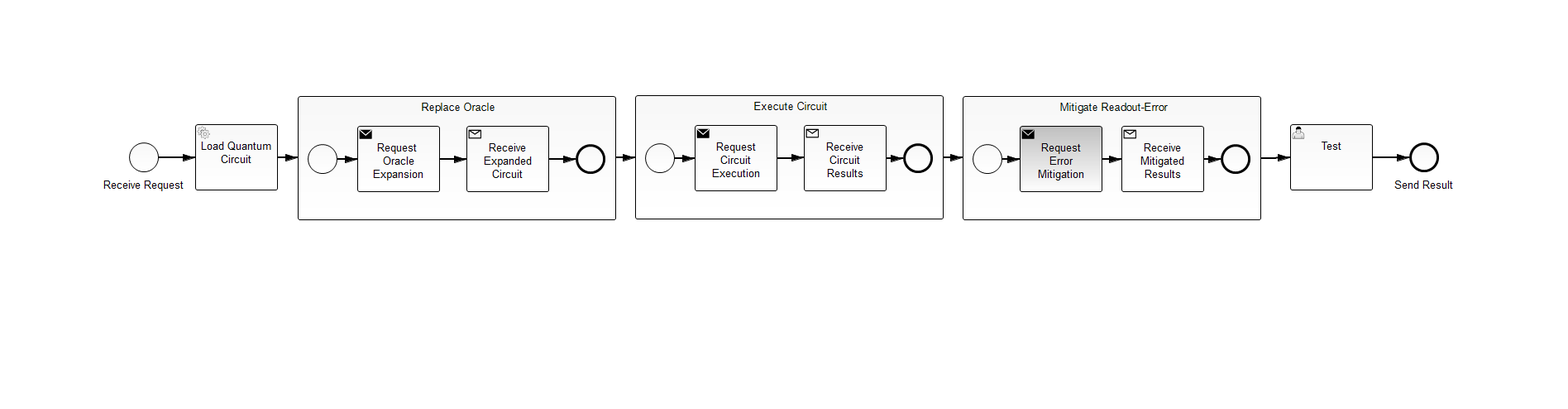
Earlier version of the BPMN export process-model/src/main/resources/simons-algorithm.png (UST-QuAntiL/QuantME-UseCases). Its source is kept beside it as process-model/src/main/resources/simons-algorithm.bpmn. Ids are renumbered.
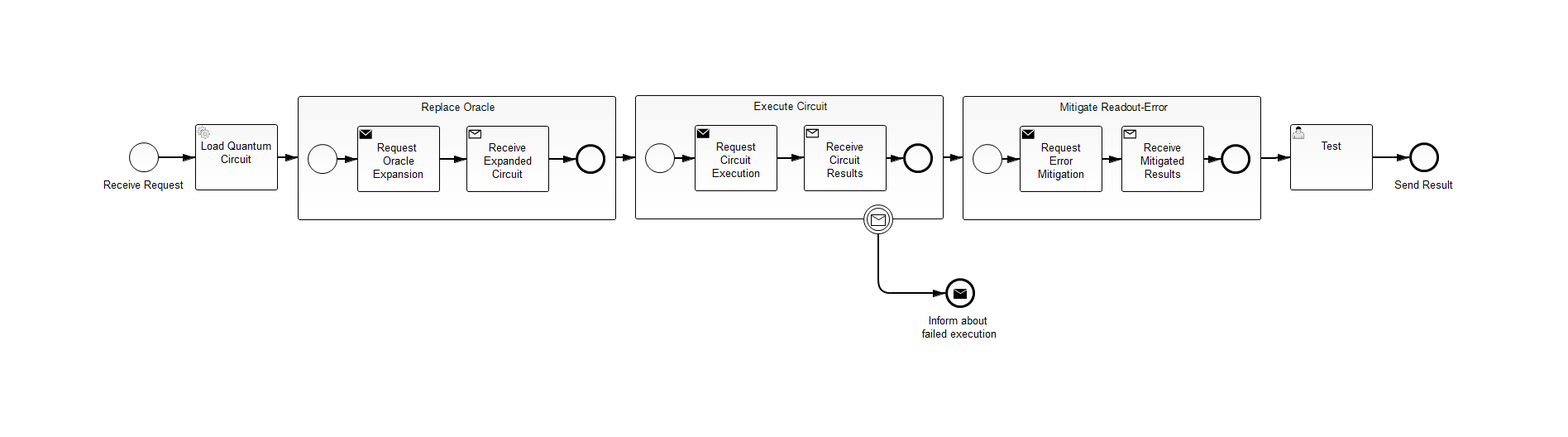
Above is the later version.

Commit message:
Add error handling to circuit execution

What changed in the source:
```diff
@@ -135,10 +135,20 @@
       <bpmn2:outgoing>SequenceFlow_1</bpmn2:outgoing>
     </bpmn2:startEvent>
     <bpmn2:sequenceFlow id="SequenceFlow_1" name="" sourceRef="StartEvent_1" targetRef="ServiceTask_1"/>
+    <bpmn2:boundaryEvent id="BoundaryEvent_1" name="" attachedToRef="SubProcess_2">
+      <bpmn2:outgoing>SequenceFlow_17</bpmn2:outgoing>
+      <bpmn2:messageEventDefinition id="_MessageEventDefinition_2" messageRef="Message_n4"/>
+    </bpmn2:boundaryEvent>
+    <bpmn2:sequenceFlow id="SequenceFlow_17" name="" sourceRef="BoundaryEvent_1" targetRef="EndEvent_5"/>
+    <bpmn2:endEvent id="EndEvent_5" name="Inform about &#xD;&#xA;failed execution">
+      <bpmn2:incoming>SequenceFlow_17</bpmn2:incoming>
+      <bpmn2:messageEventDefinition id="_MessageEventDefinition_3" camunda:class="org.quantil.quantme.simon.tasks.ReportFailedExecution"/>
+    </bpmn2:endEvent>
   </bpmn2:process>
   <bpmn2:message id="Message_n2" name="requestOracleExpansionTask_${execution.processInstanceId}"/>
   <bpmn2:message id="Message_n1" name="requestCircuitExecutionTask_${execution.processInstanceId}"/>
   <bpmn2:message id="Message_n3" name="requestErrorMitigationTask_${execution.processInstanceId}"/>
+  <bpmn2:message id="Message_n4" name="error_requestCircuitExecutionTask_${execution.processInstanceId}"/>
   <bpmndi:BPMNDiagram id="BPMNDiagram_1">
     <bpmndi:BPMNPlane id="BPMNPlane_1" bpmnElement="simons-algorithm">
       <bpmndi:BPMNShape id="_BPMNShape_StartEvent_2" bpmnElement="StartEvent_1">
@@ -328,6 +338,26 @@
           <dc:Bounds height="6.0" width="6.0" x="1541.0" y="190.0"/>
         </bpmndi:BPMNLabel>
       </bpmndi:BPMNEdge>
+      <bpmndi:BPMNShape id="_BPMNShape_BoundaryEvent_2" bpmnElement="BoundaryEvent_1">
+        <dc:Bounds height="36.0" width="36.0" x="1044.0" y="247.0"/>
+        <bpmndi:BPMNLabel>
+          <dc:Bounds height="6.0" width="6.0" x="1059.0" y="288.0"/>
+        </bpmndi:BPMNLabel>
+      </bpmndi:BPMNShape>
+      <bpmndi:BPMNShape id="_BPMNShape_EndEvent_6" bpmnElement="EndEvent_5">
+        <dc:Bounds height="36.0" width="36.0" x="1143.0" y="336.0"/>
+        <bpmndi:BPMNLabel>
+          <dc:Bounds height="38.0" width="96.0" x="1113.0" y="377.0"/>
+        </bpmndi:BPMNLabel>
+      </bpmndi:BPMNShape>
+      <bpmndi:BPMNEdge id="BPMNEdge_SequenceFlow_17" bpmnElement="SequenceFlow_17" sourceElement="_BPMNShape_BoundaryEvent_2" targetElement="_BPMNShape_EndEvent_6">
+        <di:waypoint xsi:type="dc:Point" x="1062.0" y="283.0"/>
+        <di:waypoint xsi:type="dc:Point" x="1062.0" y="354.0"/>
+        <di:waypoint xsi:type="dc:Point" x="1143.0" y="354.0"/>
+        <bpmndi:BPMNLabel>
+          <dc:Bounds height="6.0" width="6.0" x="1063.0" y="354.0"/>
+        </bpmndi:BPMNLabel>
+      </bpmndi:BPMNEdge>
     </bpmndi:BPMNPlane>
   </bpmndi:BPMNDiagram>
 </bpmn2:definitions>
```
